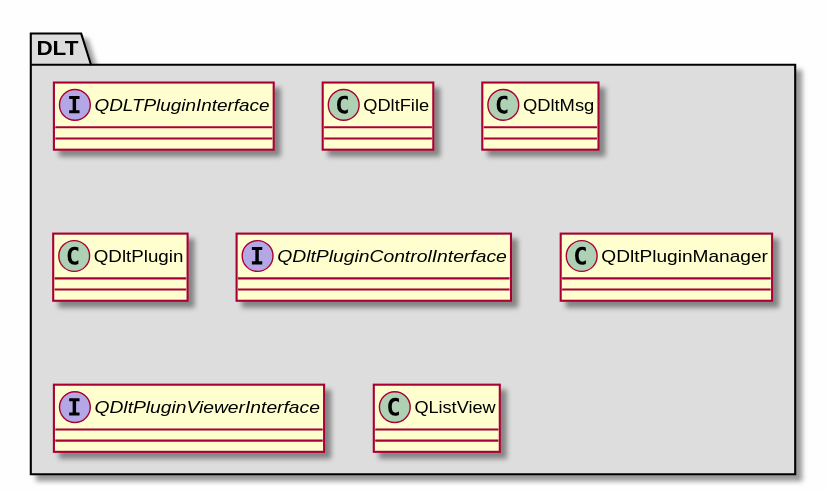
svlad-90/DLT-Message-Analyzer keeps this PlantUML diagram as md/dev_docs/puml/DLT_standalone.svg. Above is the earlier version.
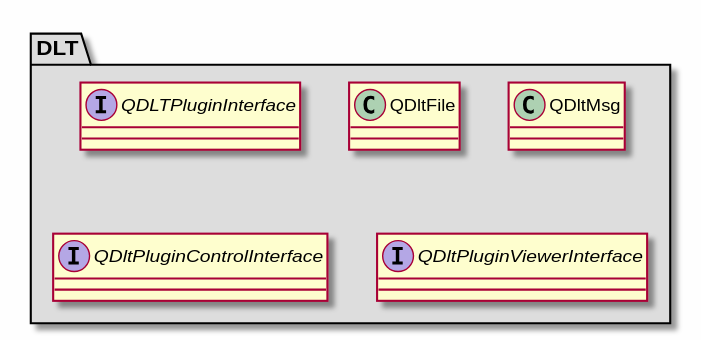
After the change.

The edit, as a diff of the source:
```diff
@@ -17,15 +17,7 @@
 {
 }
 
-class "QDltPlugin"
-{
-}
-
 interface "QDltPluginControlInterface"
-{
-}
-
-class "QDltPluginManager"
 {
 }
 
@@ -33,10 +25,6 @@
 {
 }
 
-class "QListView"
-{
-}
-
 }
 
 @enduml
```
